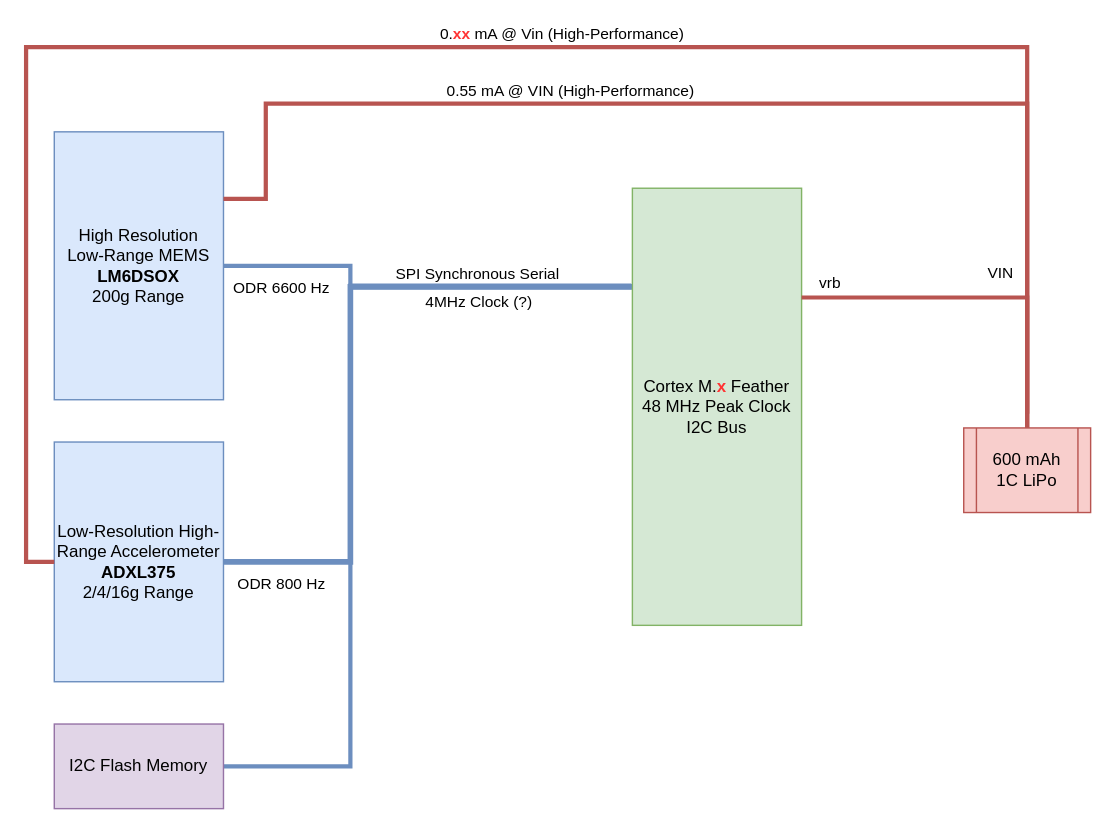
This is functionalblockdiagram-102722.drawio from ceugomez/wiigls, a draw.io file, before an edit. Source tidied: cells renumbered, new cells numbered last; positions are measured from the earlier drawing's top-left corner, leaving out a move shared by most shapes. Both pictures are drawn from the tidied source at 141%, with x=0, y=0 at pixel (25, 47).
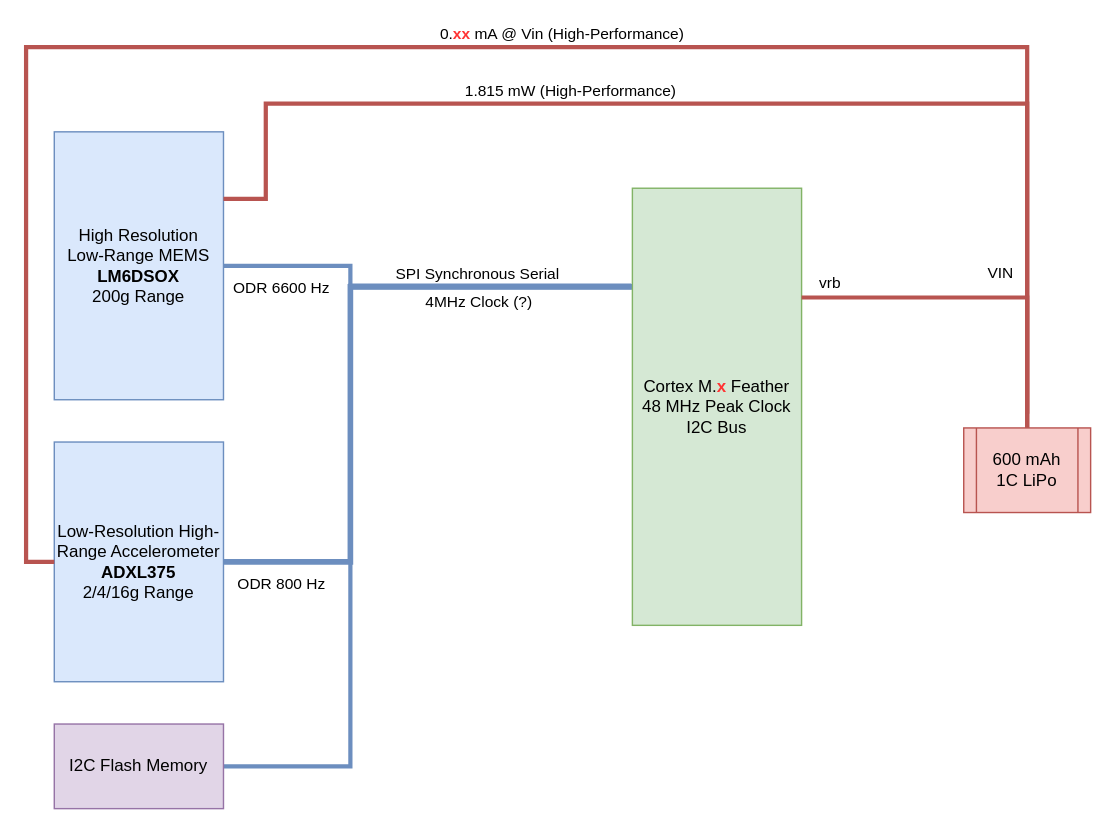
The same page after the edit.

The change refers to these unchanged cells:
```xml
<mxCell id="18" style="edgeStyle=orthogonalEdgeStyle;rounded=0;jettySize=auto;html=1;entryX=1;entryY=0.25;entryDx=0;entryDy=0;strokeWidth=3;endArrow=none;endFill=0;fillColor=#f8cecc;strokeColor=#b85450;" parent="1" edge="1" target="4">
  <mxGeometry relative="1" as="geometry">
    <mxPoint x="710" y="260" as="sourcePoint" />
    <Array as="points">
      <mxPoint x="710" y="40" />
      <mxPoint x="170" y="40" />
      <mxPoint x="170" y="108" />
      <mxPoint x="140" y="108" />
    </Array>
  </mxGeometry>
</mxCell>
```

What changed in the source:
```diff
@@
-    <mxCell id="19" value="0.55 mA @ VIN (High-Performance)" style="edgeLabel;html=1;align=center;verticalAlign=middle;" parent="18" vertex="1">
+    <mxCell id="19" value="1.815 mW (High-Performance)" style="edgeLabel;html=1;align=center;verticalAlign=middle;" parent="18" vertex="1">
       <mxGeometry x="0.27" y="-1" relative="1" as="geometry">
         <mxPoint y="-9" as="offset" />
       </mxGeometry>
     </mxCell>
```
